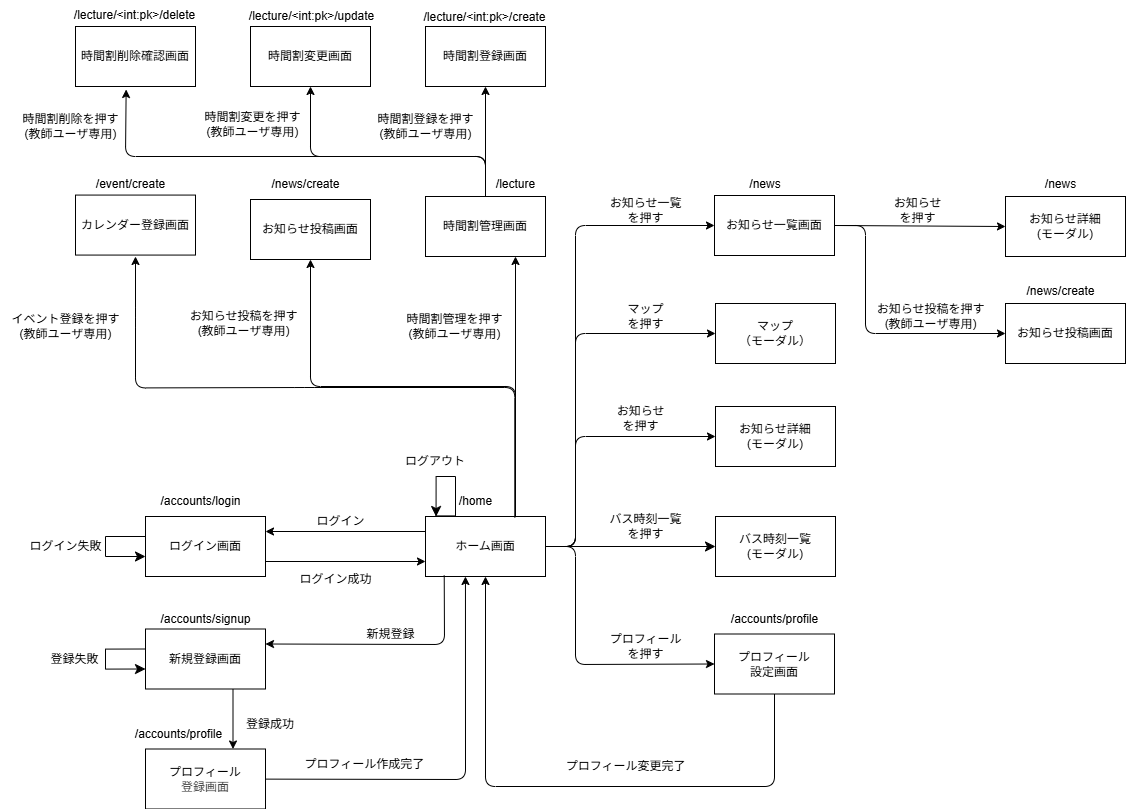
Earlier version of the draw.io export docs/画面遷移図.drawio.png (haru186f/link-plus). Source tidied: cells renumbered, new cells last; positions are measured from the earlier drawing's top-left corner, leaving out a move shared by most shapes.
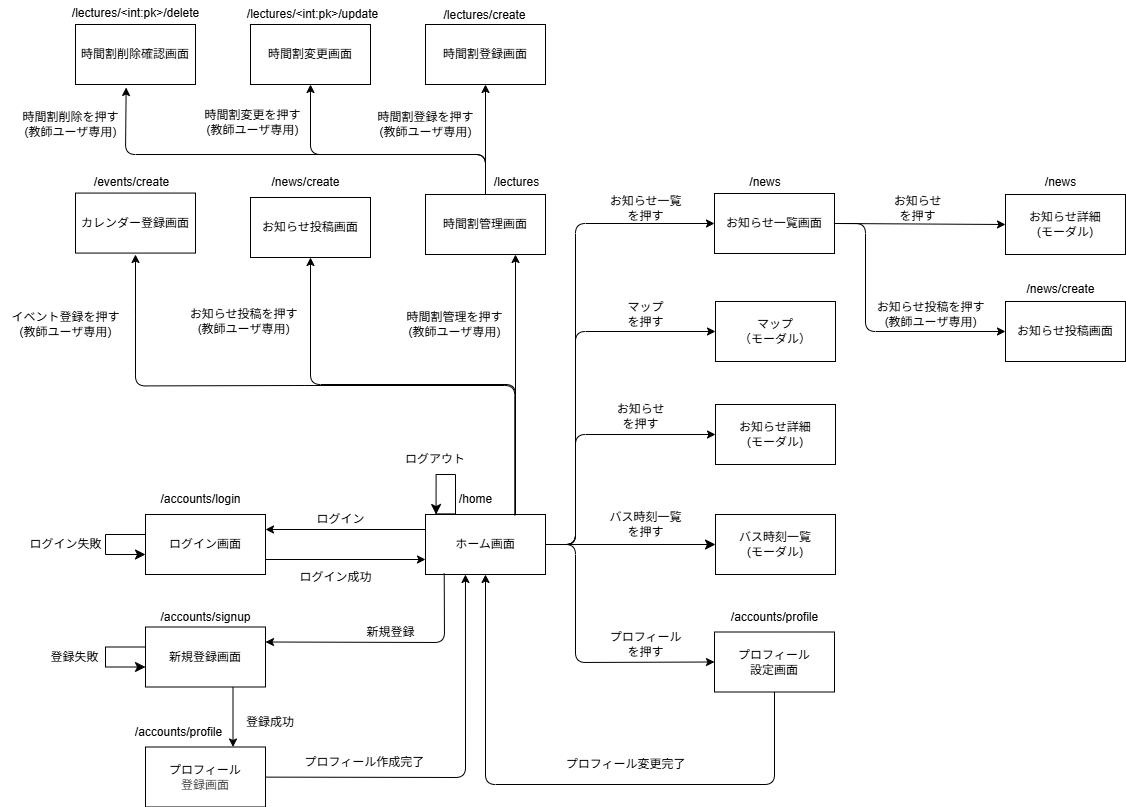
After the commit.

The edit, as a diff of the source:
```diff
@@ -138,8 +138,8 @@
     <mxCell id="32" value="お知らせ投稿を押す&lt;br&gt;(教師ユーザ専用)" style="text;html=1;align=center;verticalAlign=middle;strokeColor=none;fillColor=none;" parent="1" vertex="1">
       <mxGeometry x="177.5" y="303" width="130" height="40" as="geometry" />
     </mxCell>
-    <mxCell id="33" value="/lecture" style="text;html=1;align=center;verticalAlign=middle;strokeColor=none;fillColor=none;" parent="1" vertex="1">
-      <mxGeometry x="485" y="169" width="60" height="30" as="geometry" />
+    <mxCell id="33" value="/lectures" style="text;html=1;align=center;verticalAlign=middle;strokeColor=none;fillColor=none;" parent="1" vertex="1">
+      <mxGeometry x="484" y="171" width="63" height="26" as="geometry" />
     </mxCell>
     <mxCell id="34" style="edgeStyle=none;html=1;entryX=0.333;entryY=1;entryDx=0;entryDy=0;entryPerimeter=0;" parent="1" edge="1" source="22" target="8">
       <mxGeometry relative="1" as="geometry">
@@ -259,8 +259,8 @@
     <mxCell id="58" value="カレンダー登録画面" style="rounded=0;whiteSpace=wrap;html=1;" parent="1" vertex="1">
       <mxGeometry x="75" y="194.6" width="120" height="60" as="geometry" />
     </mxCell>
-    <mxCell id="59" value="/event/create" style="text;html=1;align=center;verticalAlign=middle;strokeColor=none;fillColor=none;" parent="1" vertex="1">
-      <mxGeometry x="85" y="169" width="90" height="30" as="geometry" />
+    <mxCell id="59" value="/events/create" style="text;html=1;align=center;verticalAlign=middle;strokeColor=none;fillColor=none;" parent="1" vertex="1">
+      <mxGeometry x="84" y="171" width="93" height="26" as="geometry" />
     </mxCell>
     <mxCell id="60" value="イベント登録を押す&lt;br&gt;(教師ユーザ専用)" style="text;html=1;align=center;verticalAlign=middle;strokeColor=none;fillColor=none;" parent="1" vertex="1">
       <mxGeometry y="306" width="130" height="40" as="geometry" />
@@ -268,8 +268,8 @@
     <mxCell id="61" value="時間割登録画面" style="whiteSpace=wrap;html=1;" parent="1" vertex="1">
       <mxGeometry x="425" y="26" width="120" height="60" as="geometry" />
     </mxCell>
-    <mxCell id="62" value="/lecture/&amp;lt;int:pk&amp;gt;/create" style="text;html=1;align=center;verticalAlign=middle;strokeColor=none;fillColor=none;" parent="1" vertex="1">
-      <mxGeometry x="409" y="2" width="150" height="30" as="geometry" />
+    <mxCell id="62" value="/lectures/create" style="text;html=1;align=center;verticalAlign=middle;strokeColor=none;fillColor=none;" parent="1" vertex="1">
+      <mxGeometry x="434" y="4" width="100" height="26" as="geometry" />
     </mxCell>
     <mxCell id="63" value="プロフィール変更完了" style="text;html=1;align=center;verticalAlign=middle;strokeColor=none;fillColor=none;" parent="1" vertex="1">
       <mxGeometry x="555" y="750.5" width="140" height="30" as="geometry" />
@@ -295,8 +295,8 @@
     <mxCell id="70" value="時間割変更画面" style="whiteSpace=wrap;html=1;" parent="1" vertex="1">
       <mxGeometry x="250" y="26" width="120" height="60" as="geometry" />
     </mxCell>
-    <mxCell id="71" value="/lecture/&amp;lt;int:pk&amp;gt;/update" style="text;html=1;align=center;verticalAlign=middle;strokeColor=none;fillColor=none;" parent="1" vertex="1">
-      <mxGeometry x="236" y="1" width="150" height="30" as="geometry" />
+    <mxCell id="71" value="/lectures/&amp;lt;int:pk&amp;gt;/update" style="text;html=1;align=center;verticalAlign=middle;strokeColor=none;fillColor=none;" parent="1" vertex="1">
+      <mxGeometry x="237" y="3" width="149" height="26" as="geometry" />
     </mxCell>
     <mxCell id="72" value="時間割登録を押す&lt;br&gt;(教師ユーザ専用)" style="text;html=1;align=center;verticalAlign=middle;strokeColor=none;fillColor=none;" parent="1" vertex="1">
       <mxGeometry x="365" y="106" width="120" height="40" as="geometry" />
@@ -304,8 +304,8 @@
     <mxCell id="73" value="時間割削除確認画面" style="rounded=0;whiteSpace=wrap;html=1;" parent="1" vertex="1">
       <mxGeometry x="75" y="26" width="120" height="60" as="geometry" />
     </mxCell>
-    <mxCell id="74" value="/lecture/&amp;lt;int:pk&amp;gt;/delete" style="text;html=1;align=center;verticalAlign=middle;strokeColor=none;fillColor=none;" parent="1" vertex="1">
-      <mxGeometry x="64" width="140" height="30" as="geometry" />
+    <mxCell id="74" value="/lectures/&amp;lt;int:pk&amp;gt;/delete" style="text;html=1;align=center;verticalAlign=middle;strokeColor=none;fillColor=none;" parent="1" vertex="1">
+      <mxGeometry x="62" y="2" width="145" height="26" as="geometry" />
     </mxCell>
     <mxCell id="75" style="edgeStyle=none;html=1;entryX=0.422;entryY=1.05;entryDx=0;entryDy=0;entryPerimeter=0;" parent="1" edge="1" source="31" target="73">
       <mxGeometry relative="1" as="geometry">
```
